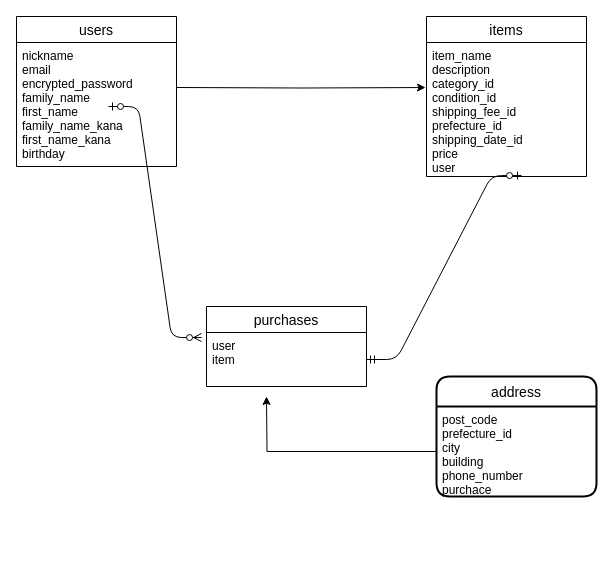
Before: ER.dio in toshi120/furima-35395, a draw.io diagram. Source tidied: cells renumbered, new cells numbered last; positions are measured from the earlier drawing's top-left corner, leaving out a move shared by most shapes. Both pictures are drawn from the tidied source at 100%, with x=0, y=0 at pixel (16, 16).
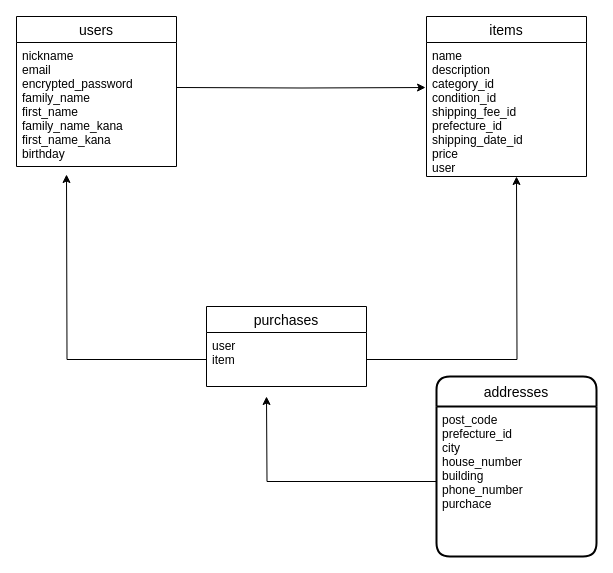
After the change.

Diff of the diagram source:
```diff
@@
 <mxGraphModel>
   <root>
     <mxCell id="0" />
     <mxCell id="1" parent="0" />
     <mxCell id="2" value="users" style="swimlane;fontStyle=0;horizontal=1;startSize=26;align=center;fontSize=14;" parent="1" vertex="1">
       <mxGeometry width="160" height="150" as="geometry" />
     </mxCell>
     <mxCell id="3" value="nickname&#10;email&#10;encrypted_password&#10;family_name&#10;first_name&#10;family_name_kana&#10;first_name_kana&#10;birthday" style="text;strokeColor=none;fillColor=none;spacingLeft=4;spacingRight=4;overflow=hidden;fontSize=12;" parent="2" vertex="1">
       <mxGeometry y="26" width="160" height="124" as="geometry" />
     </mxCell>
     <mxCell id="4" value="items" style="swimlane;fontStyle=0;horizontal=1;startSize=26;align=center;fontSize=14;verticalAlign=middle;" parent="1" vertex="1">
       <mxGeometry x="410" width="160" height="160" as="geometry" />
     </mxCell>
-    <mxCell id="5" value="item_name&#10;description&#10;category_id&#10;condition_id&#10;shipping_fee_id&#10;prefecture_id&#10;shipping_date_id&#10;price&#10;user&#10;" style="text;strokeColor=none;fillColor=none;spacingLeft=4;spacingRight=4;overflow=hidden;points=[[0,0.5],[1,0.5]];portConstraint=eastwest;fontSize=12;" parent="4" vertex="1">
+    <mxCell id="5" value="name&#10;description&#10;category_id&#10;condition_id&#10;shipping_fee_id&#10;prefecture_id&#10;shipping_date_id&#10;price&#10;user&#10;" style="text;strokeColor=none;fillColor=none;spacingLeft=4;spacingRight=4;overflow=hidden;points=[[0,0.5],[1,0.5]];portConstraint=eastwest;fontSize=12;" parent="4" vertex="1">
       <mxGeometry y="26" width="160" height="134" as="geometry" />
     </mxCell>
     <mxCell id="6" style="edgeStyle=orthogonalEdgeStyle;rounded=0;jettySize=auto;html=1;exitX=1;exitY=0.5;exitDx=0;exitDy=0;entryX=-0.006;entryY=0.336;entryDx=0;entryDy=0;entryPerimeter=0;" parent="1" edge="1" target="5">
       <mxGeometry relative="1" as="geometry">
         <mxPoint x="160" y="71" as="sourcePoint" />
       </mxGeometry>
     </mxCell>
     <mxCell id="7" value="purchases" style="swimlane;fontStyle=0;horizontal=1;startSize=26;align=center;fontSize=14;" parent="1" vertex="1">
       <mxGeometry x="190" y="290" width="160" height="80" as="geometry" />
     </mxCell>
     <mxCell id="8" value="user&#10;item&#10;" style="text;strokeColor=none;fillColor=none;spacingLeft=4;spacingRight=4;overflow=hidden;points=[[0,0.5],[1,0.5]];portConstraint=eastwest;fontSize=12;" parent="7" vertex="1">
       <mxGeometry y="26" width="160" height="54" as="geometry" />
     </mxCell>
-    <mxCell id="9" style="edgeStyle=entityRelationEdgeStyle;fontSize=12;html=1;endArrow=ERzeroToMany;startArrow=ERzeroToOne;exitX=0.575;exitY=1.133;exitDx=0;exitDy=0;exitPerimeter=0;entryX=-0.031;entryY=0.093;entryDx=0;entryDy=0;entryPerimeter=0;" parent="1" edge="1" target="8">
-      <mxGeometry relative="1" as="geometry">
-        <mxPoint x="92" y="90" as="sourcePoint" />
-      </mxGeometry>
-    </mxCell>
-    <mxCell id="10" style="edgeStyle=entityRelationEdgeStyle;fontSize=12;html=1;endArrow=ERzeroToOne;startArrow=ERmandOne;entryX=0.594;entryY=0.993;entryDx=0;entryDy=0;entryPerimeter=0;exitX=1;exitY=0.5;exitDx=0;exitDy=0;" parent="1" edge="1" source="8" target="5">
-      <mxGeometry relative="1" as="geometry" />
-    </mxCell>
-    <mxCell id="11" value="address" style="swimlane;horizontal=1;startSize=30;rounded=1;fontSize=14;fontStyle=0;strokeWidth=2;shadow=0;dashed=0;align=center;" parent="1" vertex="1">
-      <mxGeometry x="420" y="360" width="160" height="120" as="geometry" />
+    <mxCell id="11" value="addresses" style="swimlane;horizontal=1;startSize=30;rounded=1;fontSize=14;fontStyle=0;strokeWidth=2;shadow=0;dashed=0;align=center;" parent="1" vertex="1">
+      <mxGeometry x="420" y="360" width="160" height="180" as="geometry" />
     </mxCell>
-    <mxCell id="12" value="post_code&#10;prefecture_id&#10;city&#10;building&#10;phone_number&#10;purchace" style="align=left;strokeColor=none;fillColor=none;spacingLeft=4;fontSize=12;verticalAlign=top;" parent="11" vertex="1">
-      <mxGeometry y="30" width="160" height="90" as="geometry" />
+    <mxCell id="12" value="post_code&#10;prefecture_id&#10;city&#10;house_number&#10;building&#10;phone_number&#10;purchace" style="align=left;strokeColor=none;fillColor=none;spacingLeft=4;fontSize=12;verticalAlign=top;" parent="11" vertex="1">
+      <mxGeometry y="30" width="160" height="150" as="geometry" />
     </mxCell>
     <mxCell id="13" style="edgeStyle=orthogonalEdgeStyle;rounded=0;jettySize=auto;html=1;exitX=0;exitY=0.5;exitDx=0;exitDy=0;" parent="1" edge="1" source="12">
       <mxGeometry relative="1" as="geometry">
         <mxPoint x="250" y="380" as="targetPoint" />
       </mxGeometry>
     </mxCell>
+    <mxCell id="14" style="edgeStyle=orthogonalEdgeStyle;rounded=0;jettySize=auto;html=1;exitX=0;exitY=0.5;exitDx=0;exitDy=0;" parent="1" edge="1" source="8">
+      <mxGeometry relative="1" as="geometry">
+        <mxPoint x="50" y="158" as="targetPoint" />
+      </mxGeometry>
+    </mxCell>
+    <mxCell id="15" style="edgeStyle=orthogonalEdgeStyle;rounded=0;jettySize=auto;html=1;" parent="1" edge="1" source="8">
+      <mxGeometry relative="1" as="geometry">
+        <mxPoint x="500" y="160" as="targetPoint" />
+      </mxGeometry>
+    </mxCell>
   </root>
 </mxGraphModel>
```
